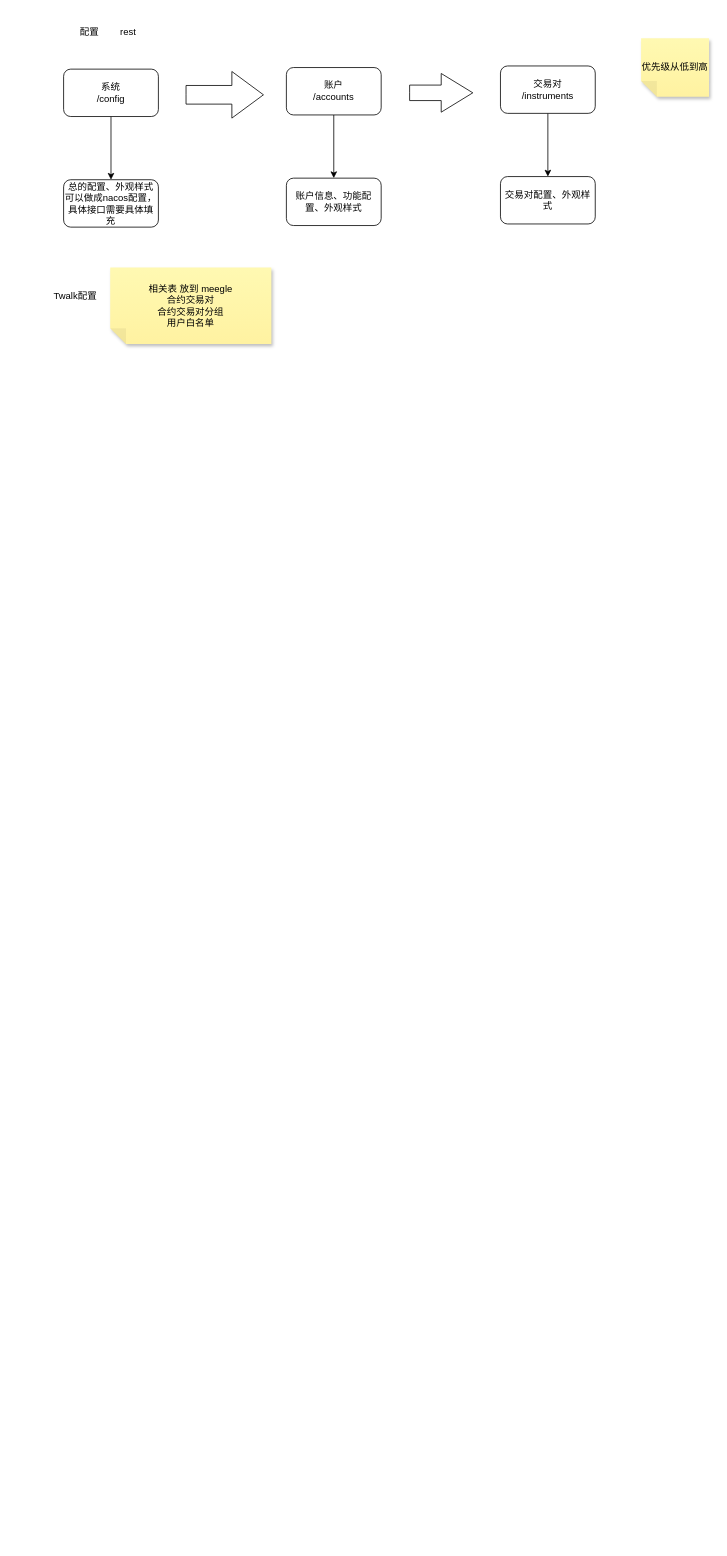
Before: tradeview-api对接.drawio in xu-xiwei/drawio, a draw.io diagram. Source tidied: cells renumbered, new cells numbered last; positions are measured from the earlier drawing's top-left corner, leaving out a move shared by most shapes. Both pictures are drawn from the tidied source at 79%, with x=0, y=0 at pixel (51, 20).
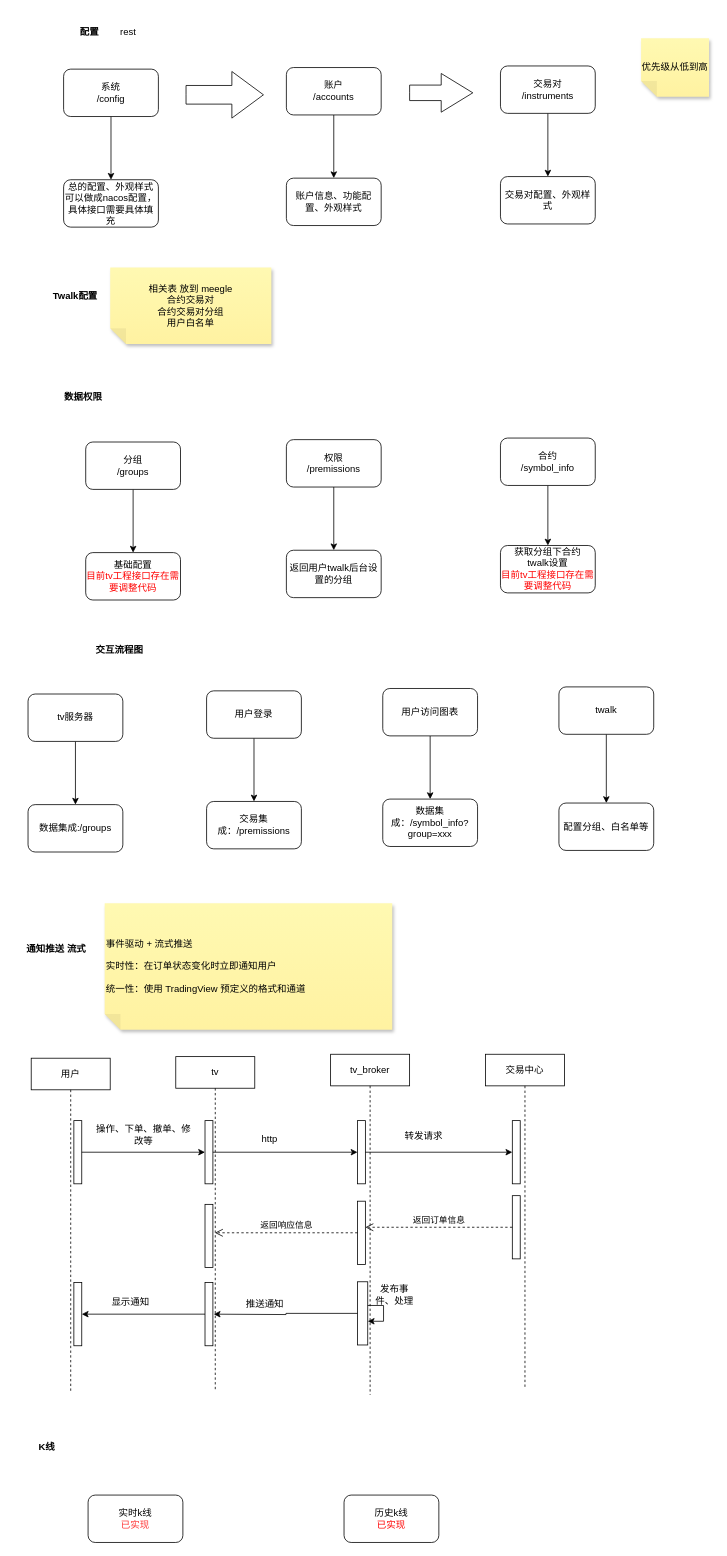
After the change.

Change to the diagram source:
```diff
@@
-    <mxCell id="4" value="配置" style="text;html=1;whiteSpace=wrap;strokeColor=none;fillColor=none;align=center;verticalAlign=middle;rounded=0;" parent="1" vertex="1">
+    <mxCell id="4" value="&lt;h4&gt;配置&lt;/h4&gt;" style="text;html=1;whiteSpace=wrap;strokeColor=none;fillColor=none;align=center;verticalAlign=middle;rounded=0;" parent="1" vertex="1">
       <mxGeometry x="18" width="60" height="30" as="geometry" />
     </mxCell>
@@
-    <mxCell id="16" value="Twalk配置" style="text;html=1;whiteSpace=wrap;strokeColor=none;fillColor=none;align=center;verticalAlign=middle;rounded=0;" parent="1" vertex="1">
+    <mxCell id="16" value="&lt;h4&gt;Twalk配置&lt;/h4&gt;" style="text;html=1;whiteSpace=wrap;strokeColor=none;fillColor=none;align=center;verticalAlign=middle;rounded=0;" parent="1" vertex="1">
       <mxGeometry y="335" width="60" height="30" as="geometry" />
     </mxCell>
@@
+    <mxCell id="18" style="edgeStyle=orthogonalEdgeStyle;rounded=0;jettySize=auto;html=1;" parent="1" edge="1" source="19" target="21">
+      <mxGeometry relative="1" as="geometry" />
+    </mxCell>
+    <mxCell id="19" value="分组&lt;div&gt;/groups&lt;/div&gt;" style="rounded=1;whiteSpace=wrap;html=1;" parent="1" vertex="1">
+      <mxGeometry x="43" y="534" width="120" height="60" as="geometry" />
+    </mxCell>
+    <mxCell id="20" value="&lt;h4&gt;数据权限&lt;/h4&gt;" style="text;html=1;whiteSpace=wrap;strokeColor=none;fillColor=none;align=center;verticalAlign=middle;rounded=0;" parent="1" vertex="1">
+      <mxGeometry x="10" y="462" width="60" height="30" as="geometry" />
+    </mxCell>
+    <mxCell id="21" value="基础配置&lt;div&gt;&lt;font style=&quot;color: rgb(255, 0, 0);&quot;&gt;目前tv工程接口存在需要调整代码&lt;/font&gt;&lt;/div&gt;" style="whiteSpace=wrap;html=1;rounded=1;" parent="1" vertex="1">
+      <mxGeometry x="43" y="674" width="120" height="60" as="geometry" />
+    </mxCell>
+    <mxCell id="22" style="edgeStyle=orthogonalEdgeStyle;rounded=0;jettySize=auto;html=1;" parent="1" edge="1" source="23" target="24">
+      <mxGeometry relative="1" as="geometry" />
+    </mxCell>
+    <mxCell id="23" value="权限&lt;div&gt;/premissions&lt;/div&gt;" style="rounded=1;whiteSpace=wrap;html=1;" parent="1" vertex="1">
+      <mxGeometry x="297" y="531" width="120" height="60" as="geometry" />
+    </mxCell>
+    <mxCell id="24" value="返回用户twalk后台设置的分组" style="whiteSpace=wrap;html=1;rounded=1;" parent="1" vertex="1">
+      <mxGeometry x="297" y="671" width="120" height="60" as="geometry" />
+    </mxCell>
+    <mxCell id="25" style="edgeStyle=orthogonalEdgeStyle;rounded=0;jettySize=auto;html=1;" parent="1" edge="1" source="26" target="27">
+      <mxGeometry relative="1" as="geometry" />
+    </mxCell>
+    <mxCell id="26" value="合约&lt;div&gt;/symbol_info&lt;/div&gt;" style="rounded=1;whiteSpace=wrap;html=1;" parent="1" vertex="1">
+      <mxGeometry x="568" y="529" width="120" height="60" as="geometry" />
+    </mxCell>
+    <mxCell id="27" value="获取分组下合约&lt;br&gt;twalk设置&lt;div&gt;&lt;font style=&quot;color: rgb(255, 0, 0);&quot;&gt;目前tv工程接口存在需要调整代码&lt;/font&gt;&lt;/div&gt;" style="whiteSpace=wrap;html=1;rounded=1;" parent="1" vertex="1">
+      <mxGeometry x="568" y="665" width="120" height="60" as="geometry" />
+    </mxCell>
+    <mxCell id="28" value="&lt;h4&gt;交互流程图&lt;/h4&gt;" style="text;html=1;whiteSpace=wrap;strokeColor=none;fillColor=none;align=center;verticalAlign=middle;rounded=0;" parent="1" vertex="1">
+      <mxGeometry x="28" y="782" width="116" height="30" as="geometry" />
+    </mxCell>
+    <mxCell id="29" style="edgeStyle=orthogonalEdgeStyle;rounded=0;jettySize=auto;html=1;" parent="1" edge="1" source="30" target="31">
+      <mxGeometry relative="1" as="geometry" />
+    </mxCell>
+    <mxCell id="30" value="tv服务器" style="rounded=1;whiteSpace=wrap;html=1;" parent="1" vertex="1">
+      <mxGeometry x="-30" y="853" width="120" height="60" as="geometry" />
+    </mxCell>
+    <mxCell id="31" value="数据集成:/groups" style="whiteSpace=wrap;html=1;rounded=1;" parent="1" vertex="1">
+      <mxGeometry x="-30" y="993" width="120" height="60" as="geometry" />
+    </mxCell>
+    <mxCell id="32" style="edgeStyle=orthogonalEdgeStyle;rounded=0;jettySize=auto;html=1;entryX=0.5;entryY=0;entryDx=0;entryDy=0;" parent="1" edge="1" source="33" target="39">
+      <mxGeometry relative="1" as="geometry" />
+    </mxCell>
+    <mxCell id="33" value="用户登录" style="rounded=1;whiteSpace=wrap;html=1;" parent="1" vertex="1">
+      <mxGeometry x="196" y="849" width="120" height="60" as="geometry" />
+    </mxCell>
+    <mxCell id="34" style="edgeStyle=orthogonalEdgeStyle;rounded=0;jettySize=auto;html=1;" parent="1" edge="1" source="35" target="38">
+      <mxGeometry relative="1" as="geometry" />
+    </mxCell>
+    <mxCell id="35" value="twalk" style="rounded=1;whiteSpace=wrap;html=1;" parent="1" vertex="1">
+      <mxGeometry x="642" y="844" width="120" height="60" as="geometry" />
+    </mxCell>
+    <mxCell id="36" style="edgeStyle=orthogonalEdgeStyle;rounded=0;jettySize=auto;html=1;" parent="1" edge="1" source="37" target="40">
+      <mxGeometry relative="1" as="geometry" />
+    </mxCell>
+    <mxCell id="37" value="用户访问图表" style="rounded=1;whiteSpace=wrap;html=1;" parent="1" vertex="1">
+      <mxGeometry x="419" y="846" width="120" height="60" as="geometry" />
+    </mxCell>
+    <mxCell id="38" value="配置分组、白名单等" style="whiteSpace=wrap;html=1;rounded=1;" parent="1" vertex="1">
+      <mxGeometry x="642" y="991" width="120" height="60" as="geometry" />
+    </mxCell>
+    <mxCell id="39" value="交易集成：/premissions" style="whiteSpace=wrap;html=1;rounded=1;" parent="1" vertex="1">
+      <mxGeometry x="196" y="989" width="120" height="60" as="geometry" />
+    </mxCell>
+    <mxCell id="40" value="数据集成：/symbol_info?group=xxx" style="whiteSpace=wrap;html=1;rounded=1;" parent="1" vertex="1">
+      <mxGeometry x="419" y="986" width="120" height="60" as="geometry" />
+    </mxCell>
+    <mxCell id="41" value="&lt;h4&gt;通知推送 流式&lt;/h4&gt;" style="text;html=1;whiteSpace=wrap;strokeColor=none;fillColor=none;align=center;verticalAlign=middle;rounded=0;" parent="1" vertex="1">
+      <mxGeometry x="-48" y="1161" width="108" height="30" as="geometry" />
+    </mxCell>
+    <mxCell id="42" value="&lt;div&gt;事件驱动 + 流式推送&lt;/div&gt;&lt;div&gt;&lt;br&gt;&lt;/div&gt;&lt;div&gt;实时性：在订单状态变化时立即通知用户&lt;/div&gt;&lt;div&gt;&lt;br&gt;&lt;/div&gt;&lt;div&gt;统一性：使用 TradingView 预定义的格式和通道&lt;/div&gt;" style="shape=note;whiteSpace=wrap;html=1;backgroundOutline=1;fontColor=#000000;darkOpacity=0.05;fillColor=#FFF9B2;strokeColor=none;fillStyle=solid;direction=west;gradientDirection=north;gradientColor=#FFF2A1;shadow=1;size=20;align=left;" parent="1" vertex="1">
+      <mxGeometry x="67" y="1118" width="364" height="160" as="geometry" />
+    </mxCell>
+    <mxCell id="43" value="用户" style="shape=umlLifeline;perimeter=lifelinePerimeter;whiteSpace=wrap;html=1;newEdgeStyle={&quot;curved&quot;:0,&quot;rounded&quot;:0};" parent="1" vertex="1">
+      <mxGeometry x="-26" y="1314" width="100" height="424" as="geometry" />
+    </mxCell>
+    <mxCell id="44" style="html=1;points=[[0,0,0,0,5],[0,1,0,0,-5],[1,0,0,0,5],[1,1,0,0,-5]];perimeter=orthogonalPerimeter;outlineConnect=0;targetShapes=umlLifeline;portConstraint=eastwest;newEdgeStyle={&quot;curved&quot;:0,&quot;rounded&quot;:0};" parent="43" vertex="1">
+      <mxGeometry x="54" y="79" width="10" height="80" as="geometry" />
+    </mxCell>
+    <mxCell id="45" style="html=1;points=[[0,0,0,0,5],[0,1,0,0,-5],[1,0,0,0,5],[1,1,0,0,-5]];perimeter=orthogonalPerimeter;outlineConnect=0;targetShapes=umlLifeline;portConstraint=eastwest;newEdgeStyle={&quot;curved&quot;:0,&quot;rounded&quot;:0};" parent="43" vertex="1">
+      <mxGeometry x="54" y="284" width="10" height="80" as="geometry" />
+    </mxCell>
+    <mxCell id="46" value="tv" style="shape=umlLifeline;perimeter=lifelinePerimeter;whiteSpace=wrap;html=1;outlineConnect=0;portConstraint=eastwest;newEdgeStyle={&quot;curved&quot;:0,&quot;rounded&quot;:0};" parent="1" vertex="1">
+      <mxGeometry x="157" y="1312" width="100" height="424" as="geometry" />
+    </mxCell>
+    <mxCell id="47" style="html=1;points=[[0,0,0,0,5],[0,1,0,0,-5],[1,0,0,0,5],[1,1,0,0,-5]];perimeter=orthogonalPerimeter;outlineConnect=0;targetShapes=umlLifeline;portConstraint=eastwest;newEdgeStyle={&quot;curved&quot;:0,&quot;rounded&quot;:0};" parent="46" vertex="1">
+      <mxGeometry x="37" y="81" width="10" height="80" as="geometry" />
+    </mxCell>
+    <mxCell id="48" style="html=1;perimeter=orthogonalPerimeter;targetShapes=umlLifeline;newEdgeStyle={&quot;curved&quot;:0,&quot;rounded&quot;:0};" parent="46" vertex="1">
+      <mxGeometry x="37" y="187" width="10" height="80" as="geometry" />
+    </mxCell>
+    <mxCell id="49" style="html=1;points=[[0,0,0,0,5],[0,1,0,0,-5],[1,0,0,0,5],[1,1,0,0,-5]];perimeter=orthogonalPerimeter;outlineConnect=0;targetShapes=umlLifeline;portConstraint=eastwest;newEdgeStyle={&quot;curved&quot;:0,&quot;rounded&quot;:0};" parent="46" vertex="1">
+      <mxGeometry x="37" y="286" width="10" height="80" as="geometry" />
+    </mxCell>
+    <mxCell id="50" value="tv_broker" style="shape=umlLifeline;perimeter=lifelinePerimeter;whiteSpace=wrap;html=1;newEdgeStyle={&quot;curved&quot;:0,&quot;rounded&quot;:0};" parent="1" vertex="1">
+      <mxGeometry x="353" y="1309" width="100" height="431" as="geometry" />
+    </mxCell>
+    <mxCell id="51" style="html=1;points=[[0,0,0,0,5],[0,1,0,0,-5],[1,0,0,0,5],[1,1,0,0,-5]];perimeter=orthogonalPerimeter;outlineConnect=0;targetShapes=umlLifeline;portConstraint=eastwest;newEdgeStyle={&quot;curved&quot;:0,&quot;rounded&quot;:0};" parent="50" vertex="1">
+      <mxGeometry x="34" y="84" width="10" height="80" as="geometry" />
+    </mxCell>
+    <mxCell id="52" style="html=1;points=[[0,0,0,0,5],[0,1,0,0,-5],[1,0,0,0,5],[1,1,0,0,-5]];perimeter=orthogonalPerimeter;outlineConnect=0;targetShapes=umlLifeline;portConstraint=eastwest;newEdgeStyle={&quot;curved&quot;:0,&quot;rounded&quot;:0};" parent="50" vertex="1">
+      <mxGeometry x="34" y="186" width="10" height="80" as="geometry" />
+    </mxCell>
+    <mxCell id="53" style="html=1;points=[[0,0,0,0,5],[0,1,0,0,-5],[1,0,0,0,5],[1,1,0,0,-5]];perimeter=orthogonalPerimeter;outlineConnect=0;targetShapes=umlLifeline;portConstraint=eastwest;newEdgeStyle={&quot;curved&quot;:0,&quot;rounded&quot;:0};" parent="50" vertex="1">
+      <mxGeometry x="34" y="288" width="13" height="80" as="geometry" />
+    </mxCell>
+    <mxCell id="54" style="edgeStyle=orthogonalEdgeStyle;rounded=0;orthogonalLoop=1;jettySize=auto;html=1;curved=0;" parent="50" edge="1" source="53" target="53">
+      <mxGeometry relative="1" as="geometry" />
+    </mxCell>
+    <mxCell id="55" value="交易中心" style="shape=umlLifeline;perimeter=lifelinePerimeter;whiteSpace=wrap;html=1;newEdgeStyle={&quot;curved&quot;:0,&quot;rounded&quot;:0};" parent="1" vertex="1">
+      <mxGeometry x="549" y="1309" width="100" height="421" as="geometry" />
+    </mxCell>
+    <mxCell id="56" style="html=1;points=[[0,0,0,0,5],[0,1,0,0,-5],[1,0,0,0,5],[1,1,0,0,-5]];perimeter=orthogonalPerimeter;outlineConnect=0;targetShapes=umlLifeline;portConstraint=eastwest;newEdgeStyle={&quot;curved&quot;:0,&quot;rounded&quot;:0};" parent="55" vertex="1">
+      <mxGeometry x="34" y="84" width="10" height="80" as="geometry" />
+    </mxCell>
+    <mxCell id="57" style="html=1;points=[[0,0,0,0,5],[0,1,0,0,-5],[1,0,0,0,5],[1,1,0,0,-5]];perimeter=orthogonalPerimeter;outlineConnect=0;targetShapes=umlLifeline;portConstraint=eastwest;newEdgeStyle={&quot;curved&quot;:0,&quot;rounded&quot;:0};" parent="55" vertex="1">
+      <mxGeometry x="34" y="179" width="10" height="80" as="geometry" />
+    </mxCell>
+    <mxCell id="58" style="edgeStyle=orthogonalEdgeStyle;rounded=0;jettySize=auto;html=1;curved=0;" parent="1" edge="1" source="44" target="47">
+      <mxGeometry relative="1" as="geometry" />
+    </mxCell>
+    <mxCell id="59" value="操作、下单、撤单、修改等" style="text;html=1;whiteSpace=wrap;strokeColor=none;fillColor=none;align=center;verticalAlign=middle;rounded=0;" parent="1" vertex="1">
+      <mxGeometry x="53" y="1396" width="127" height="30" as="geometry" />
+    </mxCell>
+    <mxCell id="60" style="edgeStyle=orthogonalEdgeStyle;rounded=0;jettySize=auto;html=1;curved=0;" parent="1" edge="1" source="47" target="51">
+      <mxGeometry relative="1" as="geometry" />
+    </mxCell>
+    <mxCell id="61" value="http" style="text;html=1;whiteSpace=wrap;strokeColor=none;fillColor=none;align=center;verticalAlign=middle;rounded=0;" parent="1" vertex="1">
+      <mxGeometry x="246" y="1401" width="60" height="30" as="geometry" />
+    </mxCell>
+    <mxCell id="62" style="edgeStyle=orthogonalEdgeStyle;rounded=0;jettySize=auto;html=1;curved=0;" parent="1" edge="1" source="51" target="56">
+      <mxGeometry relative="1" as="geometry" />
+    </mxCell>
+    <mxCell id="63" value="转发请求" style="text;html=1;whiteSpace=wrap;strokeColor=none;fillColor=none;align=center;verticalAlign=middle;rounded=0;" parent="1" vertex="1">
+      <mxGeometry x="441" y="1398" width="60" height="30" as="geometry" />
+    </mxCell>
+    <mxCell id="64" value="返回订单信息" style="html=1;verticalAlign=bottom;endArrow=open;dashed=1;endSize=8;curved=0;rounded=0;" parent="1" edge="1" source="57" target="52">
+      <mxGeometry relative="1" as="geometry" />
+    </mxCell>
+    <mxCell id="65" value="返回响应信息" style="html=1;verticalAlign=bottom;endArrow=open;dashed=1;endSize=8;curved=0;rounded=0;" parent="1" edge="1" source="52" target="46">
+      <mxGeometry relative="1" as="geometry" />
+    </mxCell>
+    <mxCell id="66" value="发布事件、处理" style="text;html=1;whiteSpace=wrap;strokeColor=none;fillColor=none;align=center;verticalAlign=middle;rounded=0;" parent="1" vertex="1">
+      <mxGeometry x="404" y="1598" width="60" height="30" as="geometry" />
+    </mxCell>
+    <mxCell id="67" style="edgeStyle=orthogonalEdgeStyle;rounded=0;jettySize=auto;html=1;curved=0;" parent="1" edge="1" source="53">
+      <mxGeometry relative="1" as="geometry">
+        <mxPoint x="205" y="1638" as="targetPoint" />
+      </mxGeometry>
+    </mxCell>
+    <mxCell id="68" value="推送通知" style="text;html=1;whiteSpace=wrap;strokeColor=none;fillColor=none;align=center;verticalAlign=middle;rounded=0;" parent="1" vertex="1">
+      <mxGeometry x="240" y="1610" width="60" height="30" as="geometry" />
+    </mxCell>
+    <mxCell id="69" style="edgeStyle=orthogonalEdgeStyle;rounded=0;jettySize=auto;html=1;curved=0;" parent="1" edge="1" source="49" target="45">
+      <mxGeometry relative="1" as="geometry" />
+    </mxCell>
+    <mxCell id="70" value="显示通知" style="text;html=1;whiteSpace=wrap;strokeColor=none;fillColor=none;align=center;verticalAlign=middle;rounded=0;" parent="1" vertex="1">
+      <mxGeometry x="70" y="1608" width="60" height="30" as="geometry" />
+    </mxCell>
+    <mxCell id="71" value="&lt;h4&gt;K线&lt;/h4&gt;" style="text;html=1;whiteSpace=wrap;strokeColor=none;fillColor=none;align=center;verticalAlign=middle;rounded=0;" parent="1" vertex="1">
+      <mxGeometry x="-36" y="1792" width="60" height="30" as="geometry" />
+    </mxCell>
+    <mxCell id="72" value="实时k线&lt;div&gt;&lt;font style=&quot;color: rgb(255, 51, 51);&quot;&gt;已实现&lt;/font&gt;&lt;/div&gt;" style="rounded=1;whiteSpace=wrap;html=1;" parent="1" vertex="1">
+      <mxGeometry x="46" y="1867" width="120" height="60" as="geometry" />
+    </mxCell>
+    <mxCell id="73" value="历史k线&lt;div&gt;&lt;font style=&quot;color: rgb(255, 0, 0);&quot;&gt;已实现&lt;/font&gt;&lt;/div&gt;" style="rounded=1;whiteSpace=wrap;html=1;" parent="1" vertex="1">
+      <mxGeometry x="370" y="1867" width="120" height="60" as="geometry" />
+    </mxCell>
```
